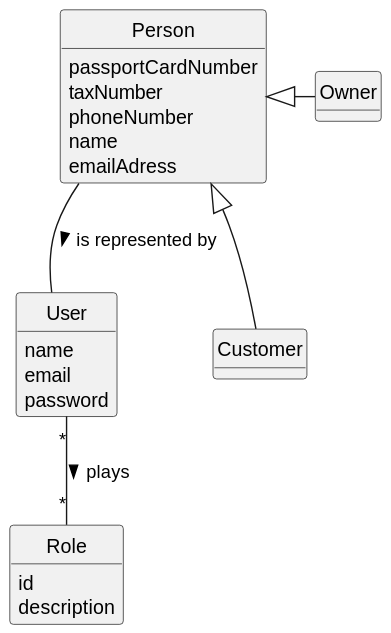
This is docs/sprintB/us007/02.analysis/svg/us007-domain-model.svg from rita-barbosa/LAPR2-2223, a PlantUML export, as it was before one commit.
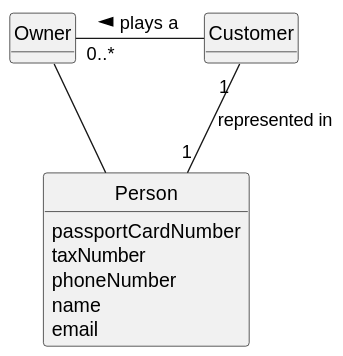
Later version of the same file.

Commit message:
Update Domain Model and Readme [US007][Analysis].

Diff of the diagram source:
```diff
@@ -9,15 +9,7 @@
 hide circle
 hide methods
 
-class User{
-name
-email
-password
-}
-class Role{
-id
-description
-}
+
 class Customer{
 }
 class Owner{
@@ -27,11 +19,10 @@
 taxNumber
 phoneNumber
 name
-emailAdress
+email
 }
 
-User "*" -- "*" Role : plays >
-Customer -up-|> Person
-Owner -left--|> Person
-Person -- User : is represented by >
+Customer "1 "-- "1" Person : represented in
+Owner -- Person
+Owner "0..*" - Customer: plays a <
 @enduml
```
